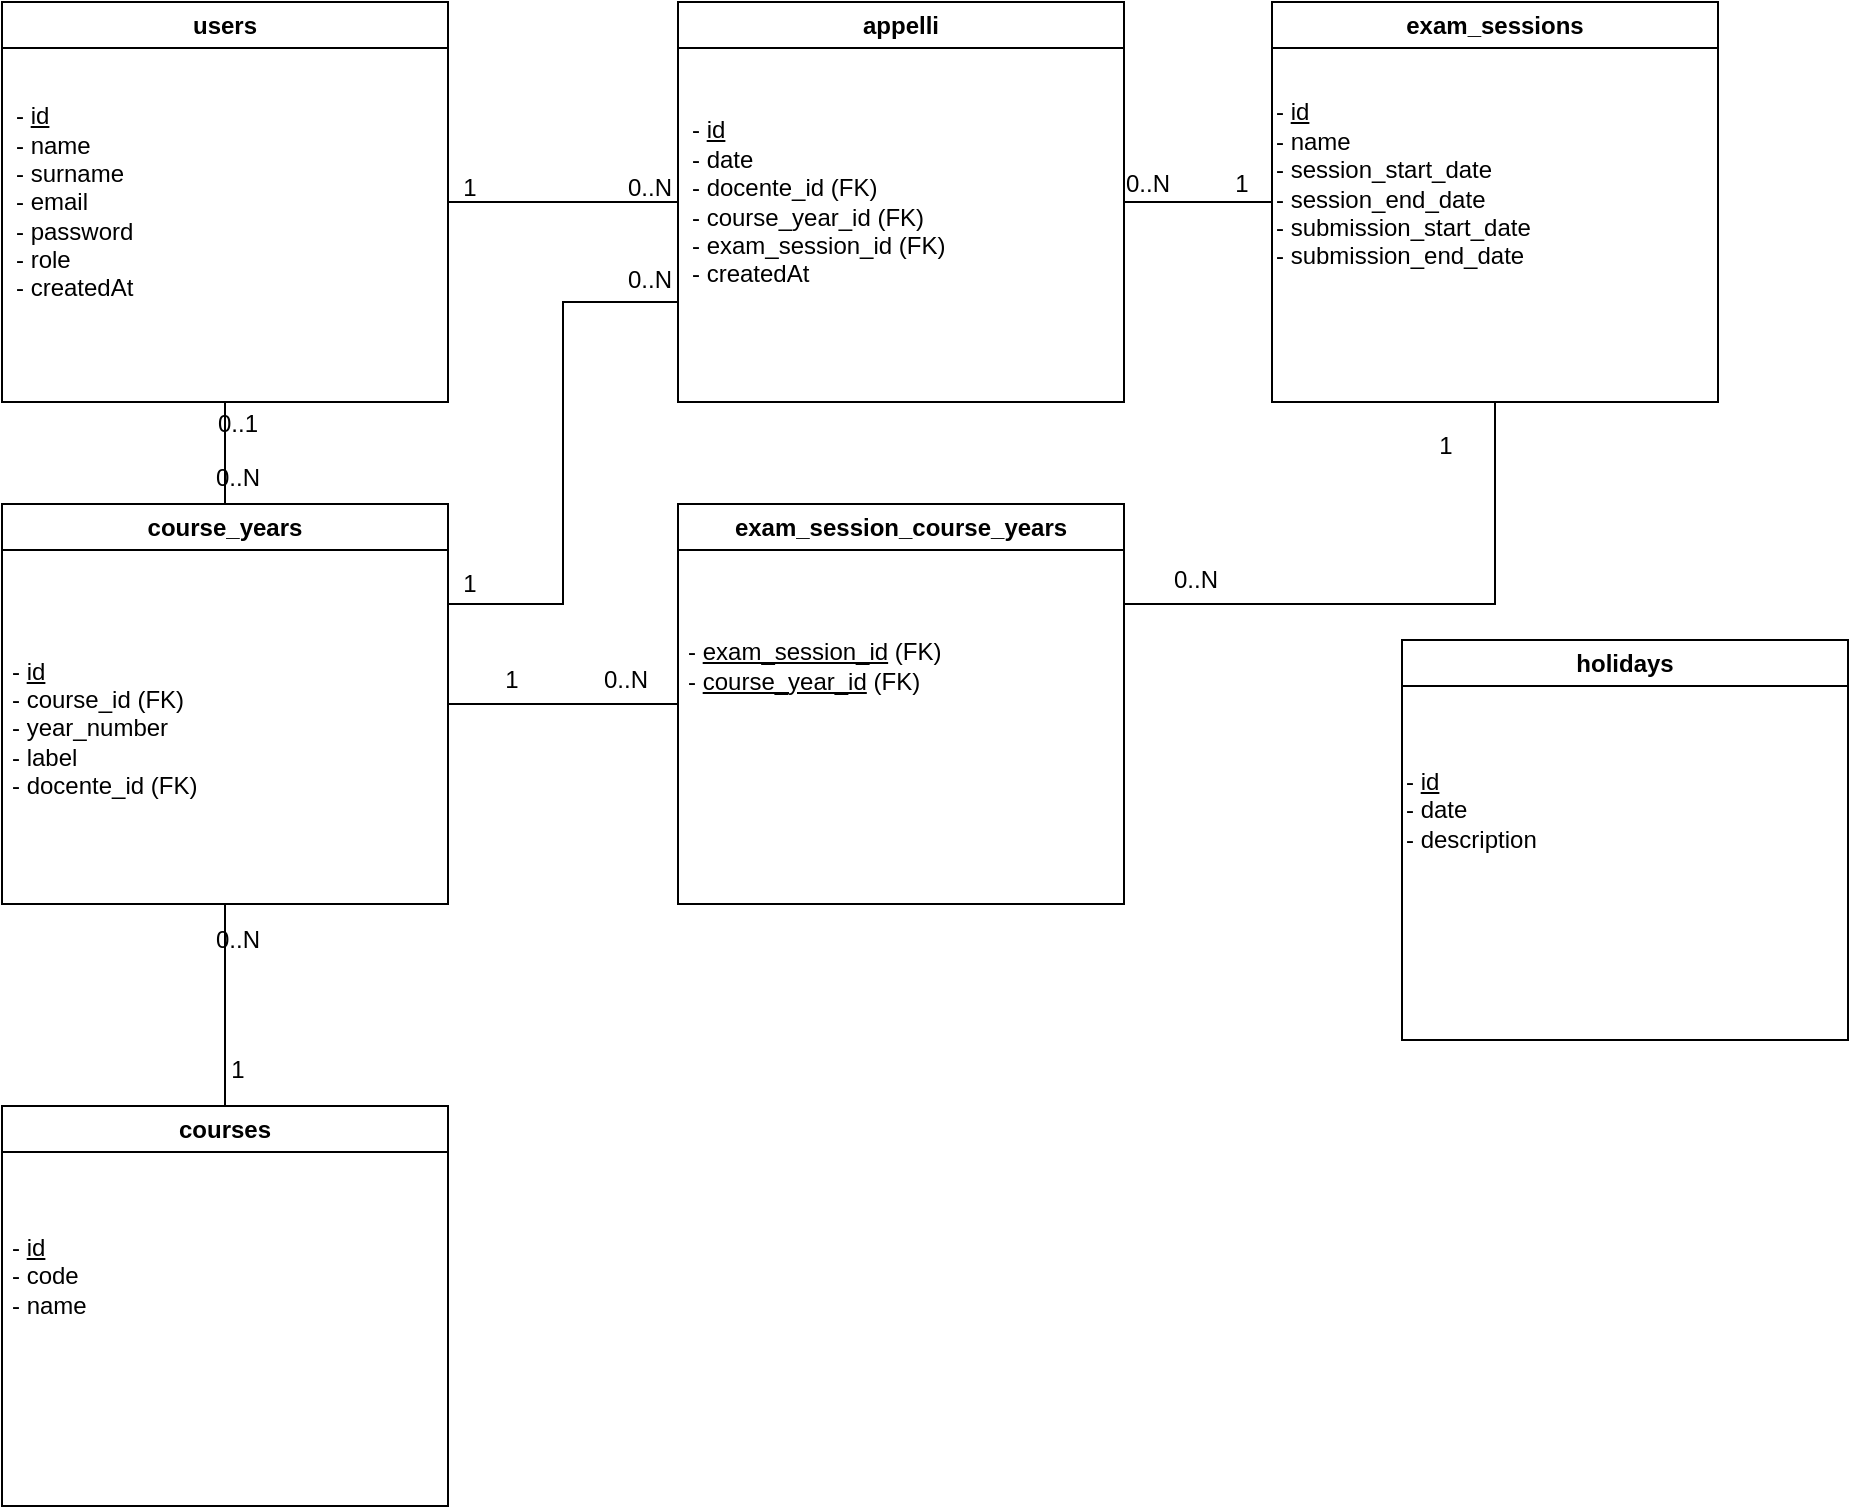
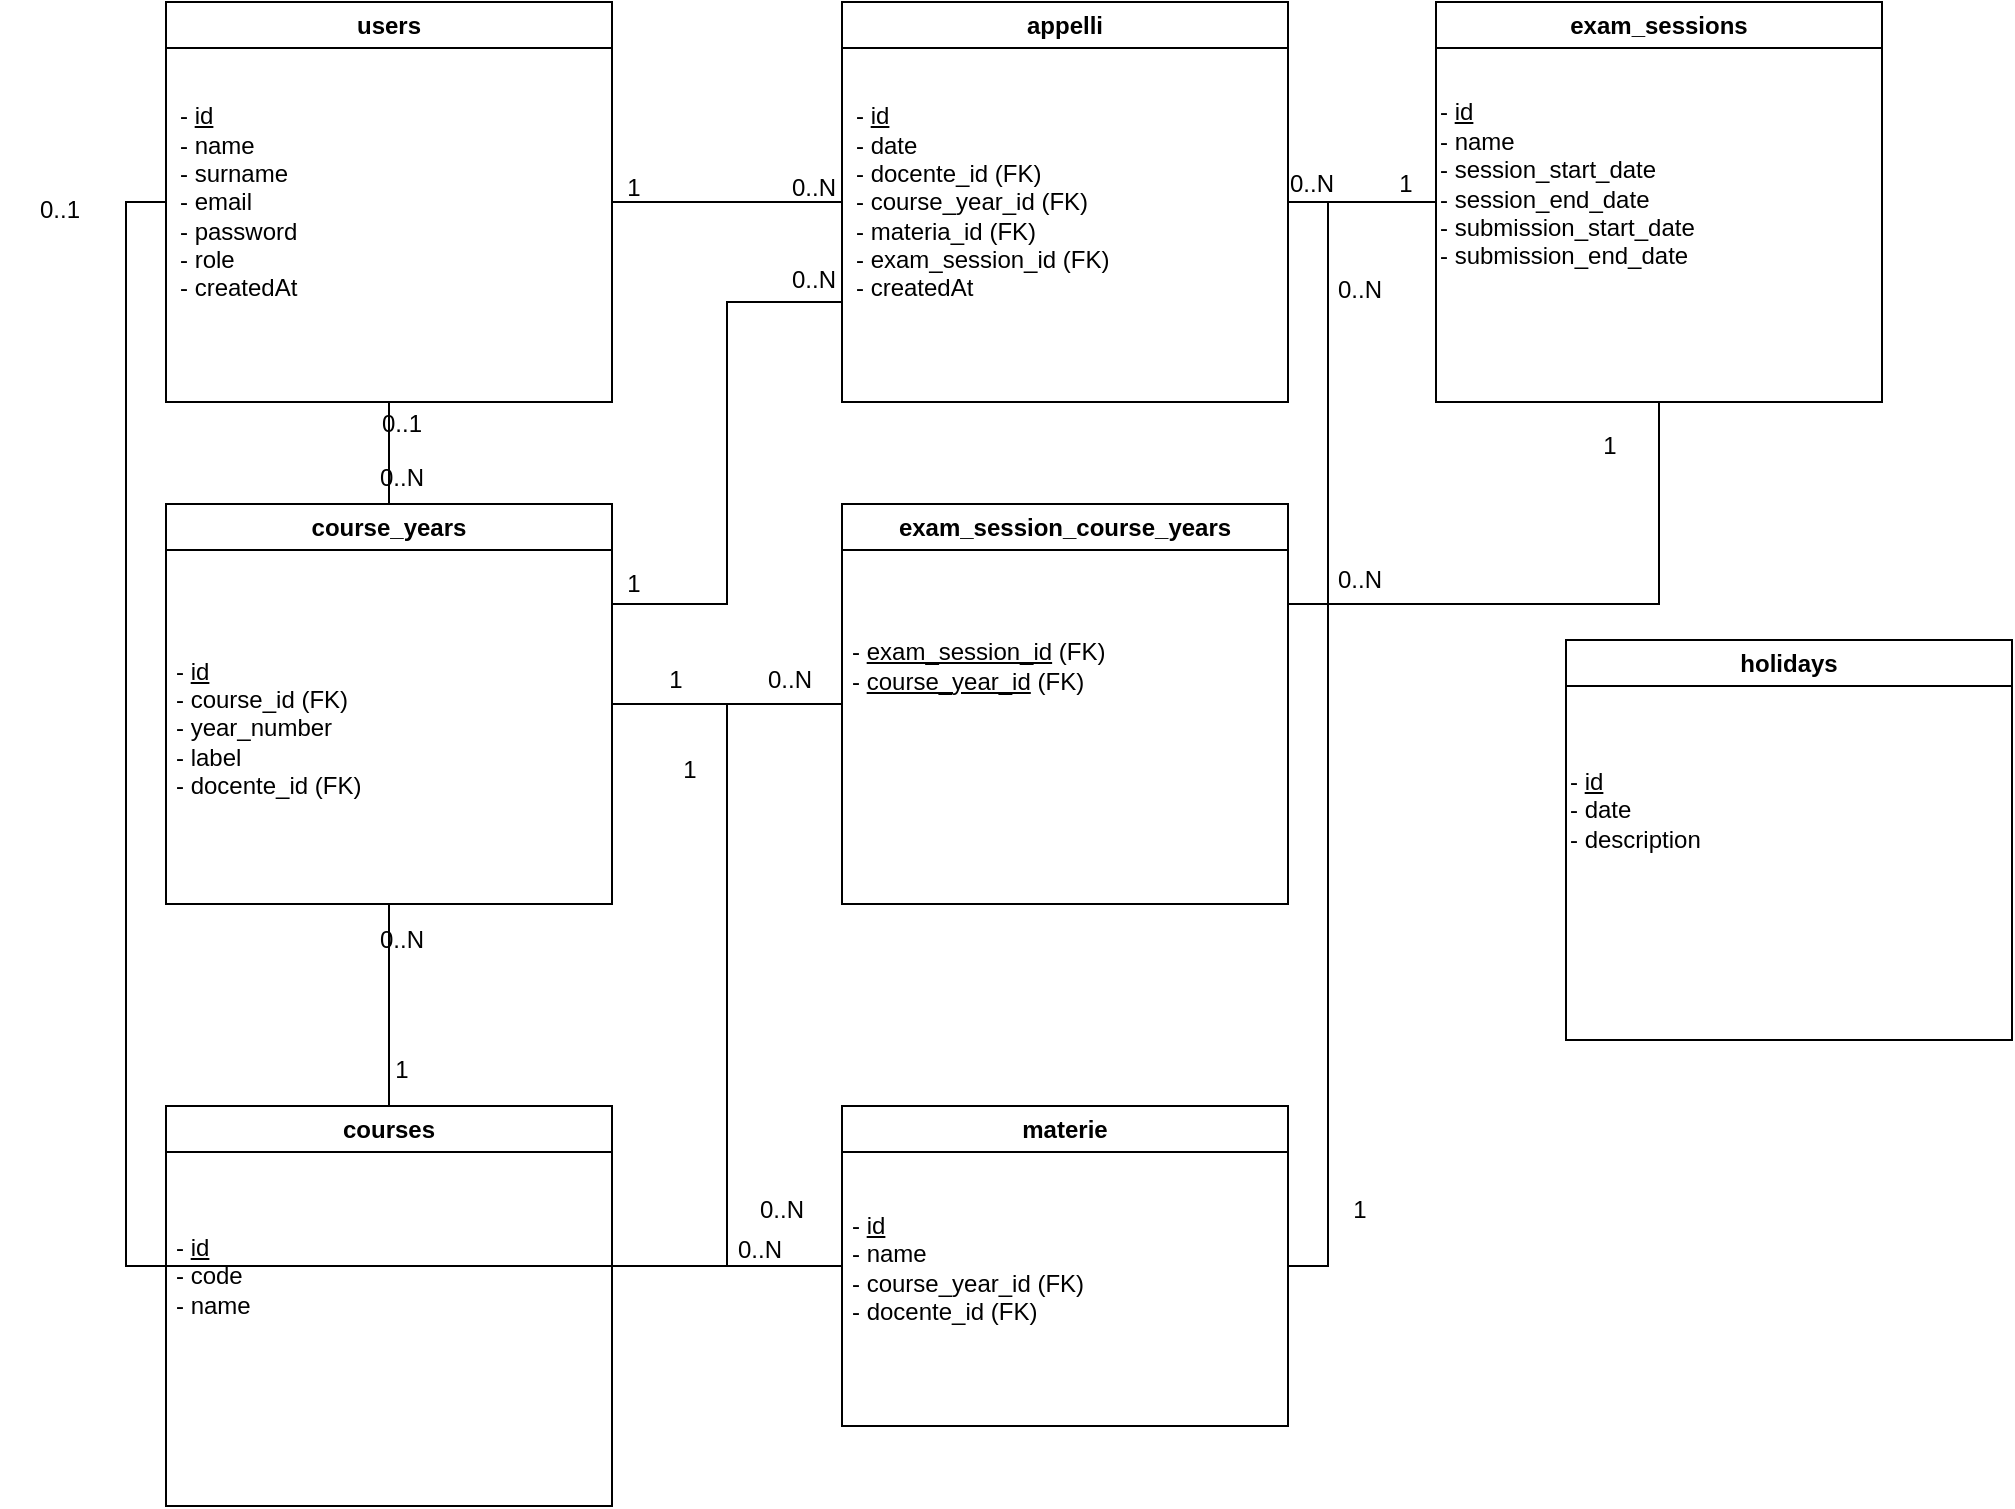
<mxfile host="app.diagrams.net" agent="Mozilla/5.0 (X11; Ubuntu; Linux x86_64; rv:142.0) Gecko/20100101 Firefox/142.0">
  <diagram name="Pagina-1" id="hpS3VB1cKTy_nnHj54uV">
    <mxGraphModel dx="1222" dy="747" grid="0" gridSize="10" guides="1" tooltips="1" connect="1" arrows="1" fold="1" page="1" pageScale="1" pageWidth="1654" pageHeight="2336" background="#ffffff" math="0" shadow="0">
      <root>
        <mxCell id="0" />
        <mxCell id="1" parent="0" />
        <mxCell id="ccIeH199gGK5nQC7Dd3K-15" edge="1" parent="1" source="ccIeH199gGK5nQC7Dd3K-1" style="edgeStyle=orthogonalEdgeStyle;rounded=0;orthogonalLoop=1;jettySize=auto;html=1;exitX=1;exitY=0.5;exitDx=0;exitDy=0;entryX=0;entryY=0.5;entryDx=0;entryDy=0;endArrow=none;endFill=0;" target="ccIeH199gGK5nQC7Dd3K-3">
          <mxGeometry relative="1" as="geometry" />
        </mxCell>
        <mxCell id="ccIeH199gGK5nQC7Dd3K-1" parent="1" style="swimlane;whiteSpace=wrap;html=1;" value="users" vertex="1">
          <mxGeometry height="200" width="223" x="53" y="151" as="geometry" />
        </mxCell>
        <mxCell id="ccIeH199gGK5nQC7Dd3K-2" parent="ccIeH199gGK5nQC7Dd3K-1" style="text;html=1;whiteSpace=wrap;strokeColor=none;fillColor=none;align=left;verticalAlign=middle;rounded=0;" value="&lt;div&gt;- &lt;u&gt;id&lt;/u&gt;&amp;nbsp;&lt;/div&gt;&lt;div&gt;- name&lt;/div&gt;&lt;div&gt;- surname&lt;/div&gt;&lt;div&gt;- email&lt;/div&gt;&lt;div&gt;- password&lt;/div&gt;&lt;div&gt;- role&lt;/div&gt;&lt;div&gt;- createdAt&lt;/div&gt;" vertex="1">
          <mxGeometry height="118" width="218" x="5" y="41" as="geometry" />
        </mxCell>
        <mxCell id="ccIeH199gGK5nQC7Dd3K-3" parent="1" style="swimlane;whiteSpace=wrap;html=1;" value="appelli" vertex="1">
          <mxGeometry height="200" width="223" x="391" y="151" as="geometry" />
        </mxCell>
-         <mxCell id="ccIeH199gGK5nQC7Dd3K-4" parent="ccIeH199gGK5nQC7Dd3K-3" style="text;html=1;whiteSpace=wrap;strokeColor=none;fillColor=none;align=left;verticalAlign=middle;rounded=0;" value="&lt;div&gt;- &lt;u&gt;id&lt;/u&gt;&amp;nbsp;&lt;/div&gt;&lt;div&gt;- date&lt;/div&gt;&lt;div&gt;- docente_id (FK)&lt;/div&gt;&lt;div&gt;- course_year_id (FK)&lt;/div&gt;&lt;div&gt;- exam_session_id (FK)&lt;/div&gt;&lt;div&gt;- createdAt&lt;/div&gt;" vertex="1">
+         <mxCell id="ccIeH199gGK5nQC7Dd3K-4" parent="ccIeH199gGK5nQC7Dd3K-3" style="text;html=1;whiteSpace=wrap;strokeColor=none;fillColor=none;align=left;verticalAlign=middle;rounded=0;" value="&lt;div&gt;- &lt;u&gt;id&lt;/u&gt;&amp;nbsp;&lt;/div&gt;&lt;div&gt;- date&lt;/div&gt;&lt;div&gt;- docente_id (FK)&lt;/div&gt;&lt;div&gt;- course_year_id (FK)&lt;/div&gt;&lt;div&gt;- materia_id (FK)&lt;/div&gt;&lt;div&gt;- exam_session_id (FK)&lt;/div&gt;&lt;div&gt;- createdAt&lt;/div&gt;" vertex="1">
          <mxGeometry height="118" width="218" x="5" y="41" as="geometry" />
        </mxCell>
        <mxCell id="ccIeH199gGK5nQC7Dd3K-23" edge="1" parent="1" source="ccIeH199gGK5nQC7Dd3K-5" style="edgeStyle=orthogonalEdgeStyle;rounded=0;orthogonalLoop=1;jettySize=auto;html=1;exitX=1;exitY=0.25;exitDx=0;exitDy=0;entryX=0;entryY=0.75;entryDx=0;entryDy=0;endArrow=none;endFill=0;" target="ccIeH199gGK5nQC7Dd3K-3">
          <mxGeometry relative="1" as="geometry" />
        </mxCell>
        <mxCell id="ccIeH199gGK5nQC7Dd3K-29" edge="1" parent="1" source="ccIeH199gGK5nQC7Dd3K-5" style="edgeStyle=orthogonalEdgeStyle;rounded=0;orthogonalLoop=1;jettySize=auto;html=1;exitX=0.5;exitY=0;exitDx=0;exitDy=0;entryX=0.5;entryY=1;entryDx=0;entryDy=0;startArrow=none;startFill=0;endArrow=none;endFill=0;" target="ccIeH199gGK5nQC7Dd3K-1">
          <mxGeometry relative="1" as="geometry" />
        </mxCell>
        <mxCell id="ccIeH199gGK5nQC7Dd3K-5" parent="1" style="swimlane;whiteSpace=wrap;html=1;startSize=23;" value="course_years" vertex="1">
          <mxGeometry height="200" width="223" x="53" y="402" as="geometry" />
        </mxCell>
        <mxCell id="ccIeH199gGK5nQC7Dd3K-6" parent="ccIeH199gGK5nQC7Dd3K-5" style="text;html=1;whiteSpace=wrap;strokeColor=none;fillColor=none;align=left;verticalAlign=middle;rounded=0;" value="&lt;div&gt;- &lt;u&gt;id&lt;/u&gt;&amp;nbsp;&lt;/div&gt;&lt;div&gt;- course_id (FK)&lt;/div&gt;&lt;div&gt;- year_number&lt;/div&gt;&lt;div&gt;- label&lt;/div&gt;&lt;div&gt;- docente_id (FK)&lt;/div&gt;" vertex="1">
          <mxGeometry height="118" width="218" x="2.5" y="53" as="geometry" />
        </mxCell>
        <mxCell id="ccIeH199gGK5nQC7Dd3K-7" parent="1" style="swimlane;whiteSpace=wrap;html=1;startSize=23;" value="exam_session_course_years" vertex="1">
          <mxGeometry height="200" width="223" x="391" y="402" as="geometry" />
        </mxCell>
        <mxCell id="ccIeH199gGK5nQC7Dd3K-8" parent="ccIeH199gGK5nQC7Dd3K-7" style="text;html=1;whiteSpace=wrap;strokeColor=none;fillColor=none;align=left;verticalAlign=middle;rounded=0;" value="&lt;div&gt;- &lt;u&gt;exam_session_id&lt;/u&gt; (FK)&lt;/div&gt;&lt;div&gt;- &lt;u&gt;course_year_id&lt;/u&gt; (FK)&lt;/div&gt;" vertex="1">
          <mxGeometry height="118" width="218" x="2.5" y="22" as="geometry" />
        </mxCell>
        <mxCell id="ccIeH199gGK5nQC7Dd3K-9" parent="1" style="swimlane;whiteSpace=wrap;html=1;startSize=23;" value="exam_sessions" vertex="1">
          <mxGeometry height="200" width="223" x="688" y="151" as="geometry" />
        </mxCell>
        <mxCell id="ccIeH199gGK5nQC7Dd3K-10" parent="ccIeH199gGK5nQC7Dd3K-9" style="text;html=1;whiteSpace=wrap;strokeColor=none;fillColor=none;align=left;verticalAlign=middle;rounded=0;" value="&lt;div&gt;- &lt;u&gt;id&lt;/u&gt;&lt;/div&gt;&lt;div&gt;- name&lt;/div&gt;&lt;div&gt;- session_start_date&lt;/div&gt;&lt;div&gt;- session_end_date&lt;/div&gt;&lt;div&gt;- submission_start_date&lt;/div&gt;&lt;div&gt;- submission_end_date&lt;/div&gt;" vertex="1">
          <mxGeometry height="130" width="218" y="26" as="geometry" />
        </mxCell>
        <mxCell id="ccIeH199gGK5nQC7Dd3K-11" parent="1" style="swimlane;whiteSpace=wrap;html=1;startSize=23;" value="holidays" vertex="1">
          <mxGeometry height="200" width="223" x="753" y="470" as="geometry" />
        </mxCell>
        <mxCell id="ccIeH199gGK5nQC7Dd3K-12" parent="ccIeH199gGK5nQC7Dd3K-11" style="text;html=1;whiteSpace=wrap;strokeColor=none;fillColor=none;align=left;verticalAlign=middle;rounded=0;" value="&lt;div&gt;- &lt;u&gt;id&lt;/u&gt;&lt;/div&gt;&lt;div&gt;- date&lt;/div&gt;&lt;div&gt;- description&lt;/div&gt;" vertex="1">
          <mxGeometry height="118" width="218" y="26" as="geometry" />
        </mxCell>
        <mxCell id="ccIeH199gGK5nQC7Dd3K-21" parent="1" style="text;html=1;whiteSpace=wrap;strokeColor=none;fillColor=none;align=center;verticalAlign=middle;rounded=0;" value="1" vertex="1">
          <mxGeometry height="30" width="60" x="257" y="229" as="geometry" />
        </mxCell>
        <mxCell id="ccIeH199gGK5nQC7Dd3K-22" parent="1" style="text;html=1;whiteSpace=wrap;strokeColor=none;fillColor=none;align=center;verticalAlign=middle;rounded=0;" value="0..N" vertex="1">
          <mxGeometry height="30" width="60" x="347" y="229" as="geometry" />
        </mxCell>
        <mxCell id="ccIeH199gGK5nQC7Dd3K-24" parent="1" style="text;html=1;whiteSpace=wrap;strokeColor=none;fillColor=none;align=center;verticalAlign=middle;rounded=0;" value="1" vertex="1">
          <mxGeometry height="30" width="60" x="257" y="427" as="geometry" />
        </mxCell>
        <mxCell id="ccIeH199gGK5nQC7Dd3K-25" parent="1" style="text;html=1;whiteSpace=wrap;strokeColor=none;fillColor=none;align=center;verticalAlign=middle;rounded=0;" value="0..N" vertex="1">
          <mxGeometry height="30" width="60" x="347" y="275" as="geometry" />
        </mxCell>
        <mxCell id="ccIeH199gGK5nQC7Dd3K-26" edge="1" parent="1" source="ccIeH199gGK5nQC7Dd3K-4" style="edgeStyle=orthogonalEdgeStyle;rounded=0;orthogonalLoop=1;jettySize=auto;html=1;exitX=1;exitY=0.5;exitDx=0;exitDy=0;entryX=0;entryY=0.5;entryDx=0;entryDy=0;endArrow=none;endFill=0;" target="ccIeH199gGK5nQC7Dd3K-9">
          <mxGeometry relative="1" as="geometry" />
        </mxCell>
        <mxCell id="ccIeH199gGK5nQC7Dd3K-27" parent="1" style="text;html=1;whiteSpace=wrap;strokeColor=none;fillColor=none;align=center;verticalAlign=middle;rounded=0;" value="0..N" vertex="1">
          <mxGeometry height="30" width="60" x="596" y="227" as="geometry" />
        </mxCell>
        <mxCell id="ccIeH199gGK5nQC7Dd3K-28" parent="1" style="text;html=1;whiteSpace=wrap;strokeColor=none;fillColor=none;align=center;verticalAlign=middle;rounded=0;" value="1" vertex="1">
          <mxGeometry height="30" width="60" x="643" y="227" as="geometry" />
        </mxCell>
        <mxCell id="ccIeH199gGK5nQC7Dd3K-30" parent="1" style="text;html=1;whiteSpace=wrap;strokeColor=none;fillColor=none;align=center;verticalAlign=middle;rounded=0;" value="0..1" vertex="1">
          <mxGeometry height="30" width="60" x="141" y="347" as="geometry" />
        </mxCell>
        <mxCell id="fin-1" parent="1" style="text;html=1;whiteSpace=wrap;strokeColor=none;fillColor=none;align=center;verticalAlign=middle;rounded=0;" value="0..N" vertex="1">
          <mxGeometry height="30" width="60" x="141" y="374" as="geometry" />
        </mxCell>
        <mxCell id="fin-2" parent="1" style="swimlane;whiteSpace=wrap;html=1;startSize=23;" value="courses" vertex="1">
          <mxGeometry height="200" width="223" x="53" y="703" as="geometry" />
        </mxCell>
        <mxCell id="fin-3" parent="fin-2" style="text;html=1;whiteSpace=wrap;strokeColor=none;fillColor=none;align=left;verticalAlign=middle;rounded=0;" value="&lt;div&gt;- &lt;u&gt;id&lt;/u&gt;&lt;/div&gt;&lt;div&gt;- code&lt;/div&gt;&lt;div&gt;- name&lt;/div&gt;" vertex="1">
          <mxGeometry height="118" width="218" x="2.5" y="26" as="geometry" />
        </mxCell>
        <mxCell id="fin-4" edge="1" parent="1" source="ccIeH199gGK5nQC7Dd3K-5" style="edgeStyle=orthogonalEdgeStyle;rounded=0;orthogonalLoop=1;jettySize=auto;html=1;exitX=0.5;exitY=1;exitDx=0;exitDy=0;entryX=0.5;entryY=0;entryDx=0;entryDy=0;startArrow=none;startFill=0;endArrow=none;endFill=0;" target="fin-2">
          <mxGeometry relative="1" as="geometry" />
        </mxCell>
        <mxCell id="fin-5" parent="1" style="text;html=1;whiteSpace=wrap;strokeColor=none;fillColor=none;align=center;verticalAlign=middle;rounded=0;" value="0..N" vertex="1">
          <mxGeometry height="30" width="60" x="141" y="605" as="geometry" />
        </mxCell>
        <mxCell id="fin-6" parent="1" style="text;html=1;whiteSpace=wrap;strokeColor=none;fillColor=none;align=center;verticalAlign=middle;rounded=0;" value="1" vertex="1">
          <mxGeometry height="30" width="60" x="141" y="670" as="geometry" />
        </mxCell>
        <mxCell id="fin-7" edge="1" parent="1" source="ccIeH199gGK5nQC7Dd3K-7" style="edgeStyle=orthogonalEdgeStyle;rounded=0;orthogonalLoop=1;jettySize=auto;html=1;exitX=0;exitY=0.5;exitDx=0;exitDy=0;entryX=1;entryY=0.5;entryDx=0;entryDy=0;startArrow=none;startFill=0;endArrow=none;endFill=0;" target="ccIeH199gGK5nQC7Dd3K-5">
          <mxGeometry relative="1" as="geometry" />
        </mxCell>
        <mxCell id="fin-8" parent="1" style="text;html=1;whiteSpace=wrap;strokeColor=none;fillColor=none;align=center;verticalAlign=middle;rounded=0;" value="1" vertex="1">
          <mxGeometry height="30" width="60" x="278" y="475" as="geometry" />
        </mxCell>
        <mxCell id="fin-9" parent="1" style="text;html=1;whiteSpace=wrap;strokeColor=none;fillColor=none;align=center;verticalAlign=middle;rounded=0;" value="0..N" vertex="1">
          <mxGeometry height="30" width="60" x="335" y="475" as="geometry" />
        </mxCell>
        <mxCell id="fin-10" edge="1" parent="1" source="ccIeH199gGK5nQC7Dd3K-7" style="edgeStyle=orthogonalEdgeStyle;rounded=0;orthogonalLoop=1;jettySize=auto;html=1;exitX=1;exitY=0.25;exitDx=0;exitDy=0;entryX=0.5;entryY=1;entryDx=0;entryDy=0;startArrow=none;startFill=0;endArrow=none;endFill=0;" target="ccIeH199gGK5nQC7Dd3K-9">
          <mxGeometry relative="1" as="geometry" />
        </mxCell>
        <mxCell id="fin-11" parent="1" style="text;html=1;whiteSpace=wrap;strokeColor=none;fillColor=none;align=center;verticalAlign=middle;rounded=0;" value="0..N" vertex="1">
          <mxGeometry height="30" width="60" x="620" y="425" as="geometry" />
        </mxCell>
        <mxCell id="fin-12" parent="1" style="text;html=1;whiteSpace=wrap;strokeColor=none;fillColor=none;align=center;verticalAlign=middle;rounded=0;" value="1" vertex="1">
          <mxGeometry height="30" width="60" x="745" y="358" as="geometry" />
        </mxCell>
+         <mxCell id="mat-1" parent="1" style="swimlane;whiteSpace=wrap;html=1;startSize=23;" value="materie" vertex="1">
+           <mxGeometry height="160" width="223" x="391" y="703" as="geometry" />
+         </mxCell>
+         <mxCell id="mat-2" parent="mat-1" style="text;html=1;whiteSpace=wrap;strokeColor=none;fillColor=none;align=left;verticalAlign=middle;rounded=0;" value="&lt;div&gt;- &lt;u&gt;id&lt;/u&gt;&lt;/div&gt;&lt;div&gt;- name&lt;/div&gt;&lt;div&gt;- course_year_id (FK)&lt;/div&gt;&lt;div&gt;- docente_id (FK)&lt;/div&gt;" vertex="1">
+           <mxGeometry height="110" width="218" x="2.5" y="26" as="geometry" />
+         </mxCell>
+         <mxCell id="mat-e3" edge="1" parent="1" source="ccIeH199gGK5nQC7Dd3K-1" style="edgeStyle=orthogonalEdgeStyle;rounded=0;orthogonalLoop=1;jettySize=auto;html=1;exitX=0;exitY=0.5;exitDx=0;exitDy=0;entryX=0;entryY=0.5;entryDx=0;entryDy=0;startArrow=none;startFill=0;endArrow=none;endFill=0;" target="mat-1">
+           <mxGeometry relative="1" as="geometry" />
+         </mxCell>
+         <mxCell id="mat-crd-5" parent="1" style="text;html=1;whiteSpace=wrap;strokeColor=none;fillColor=none;align=center;verticalAlign=middle;rounded=0;" value="0..1" vertex="1">
+           <mxGeometry height="30" width="60" x="-30" y="240" as="geometry" />
+         </mxCell>
+         <mxCell id="mat-crd-6" parent="1" style="text;html=1;whiteSpace=wrap;strokeColor=none;fillColor=none;align=center;verticalAlign=middle;rounded=0;" value="0..N" vertex="1">
+           <mxGeometry height="30" width="60" x="320" y="760" as="geometry" />
+         </mxCell>
+         <mxCell id="mat-e1" edge="1" parent="1" source="ccIeH199gGK5nQC7Dd3K-5" style="edgeStyle=orthogonalEdgeStyle;rounded=0;orthogonalLoop=1;jettySize=auto;html=1;exitX=1;exitY=0.5;exitDx=0;exitDy=0;entryX=0;entryY=0.5;entryDx=0;entryDy=0;startArrow=none;startFill=0;endArrow=none;endFill=0;" target="mat-1">
+           <mxGeometry relative="1" as="geometry" />
+         </mxCell>
+         <mxCell id="mat-e2" edge="1" parent="1" source="mat-1" style="edgeStyle=orthogonalEdgeStyle;rounded=0;orthogonalLoop=1;jettySize=auto;html=1;exitX=1;exitY=0.5;exitDx=0;exitDy=0;entryX=1;entryY=0.5;entryDx=0;entryDy=0;startArrow=none;startFill=0;endArrow=none;endFill=0;" target="ccIeH199gGK5nQC7Dd3K-3">
+           <mxGeometry relative="1" as="geometry" />
+         </mxCell>
+         <mxCell id="mat-crd-1" parent="1" style="text;html=1;whiteSpace=wrap;strokeColor=none;fillColor=none;align=center;verticalAlign=middle;rounded=0;" value="1" vertex="1">
+           <mxGeometry height="30" width="60" x="285" y="520" as="geometry" />
+         </mxCell>
+         <mxCell id="mat-crd-2" parent="1" style="text;html=1;whiteSpace=wrap;strokeColor=none;fillColor=none;align=center;verticalAlign=middle;rounded=0;" value="0..N" vertex="1">
+           <mxGeometry height="30" width="60" x="331" y="740" as="geometry" />
+         </mxCell>
+         <mxCell id="mat-crd-3" parent="1" style="text;html=1;whiteSpace=wrap;strokeColor=none;fillColor=none;align=center;verticalAlign=middle;rounded=0;" value="1" vertex="1">
+           <mxGeometry height="30" width="60" x="620" y="740" as="geometry" />
+         </mxCell>
+         <mxCell id="mat-crd-4" parent="1" style="text;html=1;whiteSpace=wrap;strokeColor=none;fillColor=none;align=center;verticalAlign=middle;rounded=0;" value="0..N" vertex="1">
+           <mxGeometry height="30" width="60" x="620" y="280" as="geometry" />
+         </mxCell>
      </root>
    </mxGraphModel>
  </diagram>
</mxfile>
